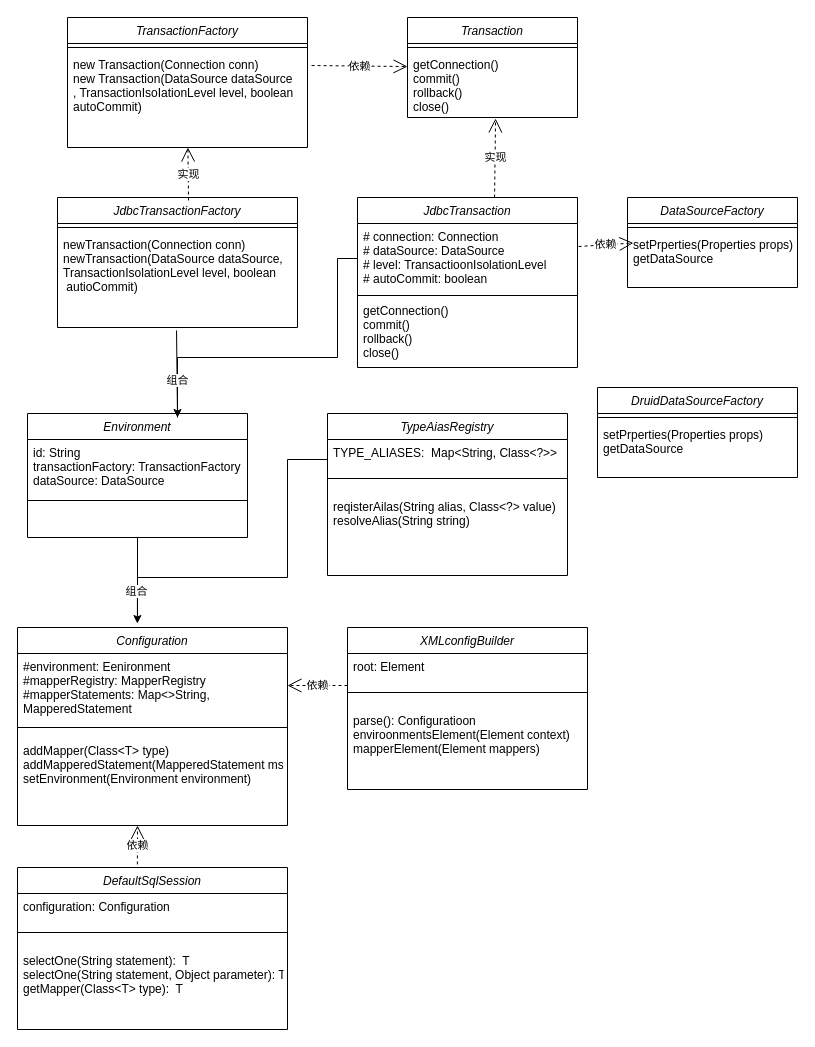
The draw.io diagram 未命名绘图.drawio in weixiaojian/draw-io-lib, before the edit. Source tidied: cells renumbered, new cells numbered last; positions are measured from the earlier drawing's top-left corner, leaving out a move shared by most shapes. Both pictures are drawn from the tidied source at 100%, with x=0, y=0 at pixel (17, 17).
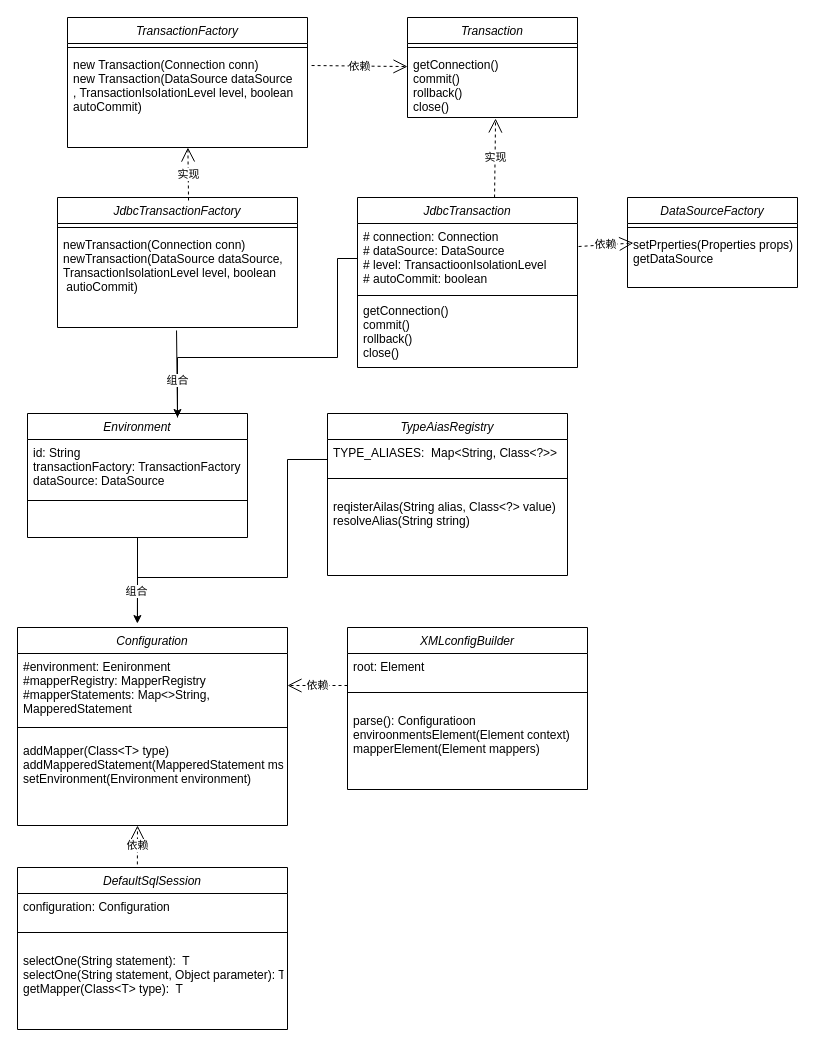
The same diagram, later.

Commit message:
更新未命名绘图.drawio

The edit, as a diff of the source:
```diff
@@
-    <mxCell id="18" value="DruidDataSourceFactory" style="swimlane;fontStyle=2;align=center;verticalAlign=top;horizontal=1;startSize=26;rounded=0;shadow=0;strokeWidth=1;" parent="1" vertex="1">
-      <mxGeometry x="580" y="370" width="200" height="90" as="geometry" />
-    </mxCell>
-    <mxCell id="19" style="line;html=1;strokeWidth=1;align=left;verticalAlign=middle;spacingTop=-1;spacingLeft=3;spacingRight=3;labelPosition=right;" parent="18" vertex="1">
-      <mxGeometry y="26" width="200" height="8" as="geometry" />
-    </mxCell>
-    <mxCell id="20" value="setPrperties(Properties props)&#10;getDataSource" style="text;align=left;verticalAlign=top;spacingLeft=4;spacingRight=4;overflow=hidden;" parent="18" vertex="1">
-      <mxGeometry y="34" width="200" height="46" as="geometry" />
-    </mxCell>
```
